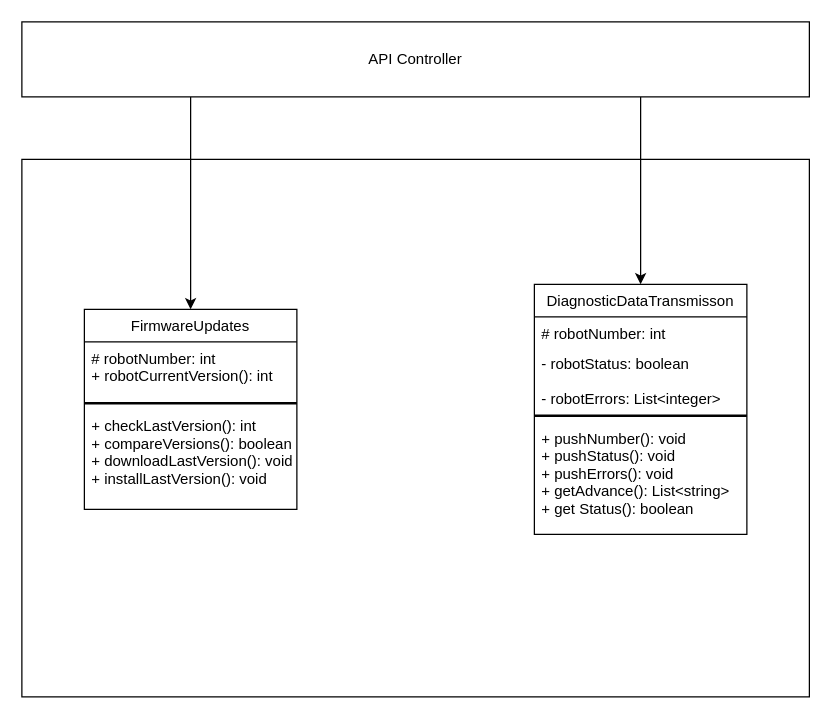
This is HW11/ManufacturerСonnection.drawio from mariarchie/architecture10, a draw.io file, before an edit. Source tidied: cells renumbered, new cells numbered last; positions are measured from the earlier drawing's top-left corner, leaving out a move shared by most shapes. Both pictures are drawn from the tidied source at 125%, with x=0, y=0 at pixel (21, 21).
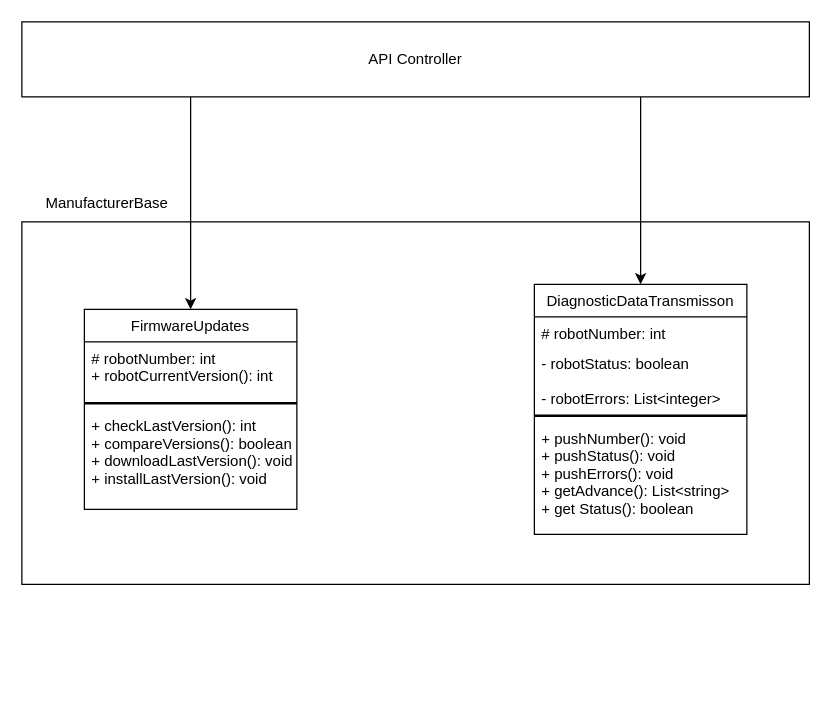
The same diagram, later.

What changed in the source:
```diff
@@
 <mxGraphModel>
   <root>
     <mxCell id="0" />
     <mxCell id="1" parent="0" />
     <mxCell id="2" style="rounded=0;whiteSpace=wrap;html=1;" parent="1" vertex="1">
-      <mxGeometry y="110" width="630" height="430" as="geometry" />
+      <mxGeometry y="160" width="630" height="290" as="geometry" />
     </mxCell>
     <mxCell id="3" value="API Controller" style="rounded=1;whiteSpace=wrap;html=1;arcSize=0;" parent="1" vertex="1">
       <mxGeometry width="630" height="60" as="geometry" />
     </mxCell>
     <mxCell id="4" value="FirmwareUpdates" style="swimlane;fontStyle=0;horizontal=1;startSize=26;fillColor=none;" parent="1" vertex="1">
       <mxGeometry x="50" y="230" width="170" height="160" as="geometry" />
     </mxCell>
     <mxCell id="5" value="# robotNumber: int&#10;+ robotCurrentVersion(): int" style="text;strokeColor=none;fillColor=none;align=left;verticalAlign=top;spacingLeft=4;spacingRight=4;overflow=hidden;" parent="4" vertex="1">
       <mxGeometry y="26" width="170" height="44" as="geometry" />
     </mxCell>
     <mxCell id="6" style="line;strokeWidth=2;html=1;" parent="4" vertex="1">
       <mxGeometry y="70" width="170" height="10" as="geometry" />
     </mxCell>
     <mxCell id="7" value="+ checkLastVersion(): int&#10;+ compareVersions(): boolean&#10;+ downloadLastVersion(): void&#10;+ installLastVersion(): void&#10;" style="text;strokeColor=none;fillColor=none;align=left;verticalAlign=top;spacingLeft=4;spacingRight=4;overflow=hidden;" parent="4" vertex="1">
       <mxGeometry y="80" width="170" height="80" as="geometry" />
     </mxCell>
     <mxCell id="8" value="DiagnosticDataTransmisson" style="swimlane;fontStyle=0;horizontal=1;startSize=26;fillColor=none;" parent="1" vertex="1">
       <mxGeometry x="410" y="210" width="170" height="200" as="geometry" />
     </mxCell>
     <mxCell id="9" value="# robotNumber: int" style="text;strokeColor=none;fillColor=none;align=left;verticalAlign=top;spacingLeft=4;spacingRight=4;overflow=hidden;" parent="8" vertex="1">
       <mxGeometry y="26" width="170" height="24" as="geometry" />
     </mxCell>
     <mxCell id="10" value="- robotStatus: boolean&#10;&#10;- robotErrors: List&lt;integer&gt;&#10;" style="text;strokeColor=none;fillColor=none;align=left;verticalAlign=top;spacingLeft=4;spacingRight=4;overflow=hidden;" parent="8" vertex="1">
       <mxGeometry y="50" width="170" height="50" as="geometry" />
     </mxCell>
     <mxCell id="11" style="line;strokeWidth=2;html=1;" parent="8" vertex="1">
       <mxGeometry y="100" width="170" height="10" as="geometry" />
     </mxCell>
     <mxCell id="12" value="+ pushNumber(): void&#10;+ pushStatus(): void&#10;+ pushErrors(): void&#10;+ getAdvance(): List&lt;string&gt;&#10;+ get Status(): boolean&#10;" style="text;strokeColor=none;fillColor=none;align=left;verticalAlign=top;spacingLeft=4;spacingRight=4;overflow=hidden;" parent="8" vertex="1">
       <mxGeometry y="110" width="170" height="90" as="geometry" />
     </mxCell>
     <mxCell id="13" style="endArrow=classic;html=1;entryX=0.5;entryY=0;entryDx=0;entryDy=0;" parent="1" edge="1" target="4">
       <mxGeometry relative="1" as="geometry">
         <mxPoint x="135" y="60" as="sourcePoint" />
       </mxGeometry>
     </mxCell>
     <mxCell id="14" style="endArrow=classic;html=1;entryX=0.5;entryY=0;entryDx=0;entryDy=0;" parent="1" edge="1" target="8">
       <mxGeometry relative="1" as="geometry">
         <mxPoint x="495" y="60" as="sourcePoint" />
       </mxGeometry>
     </mxCell>
+    <mxCell id="15" value="ManufacturerBase&amp;nbsp;" style="text;html=1;strokeColor=none;fillColor=none;align=center;verticalAlign=middle;whiteSpace=wrap;rounded=0;" parent="1" vertex="1">
+      <mxGeometry x="20" y="130" width="100" height="30" as="geometry" />
+    </mxCell>
   </root>
 </mxGraphModel>
```
